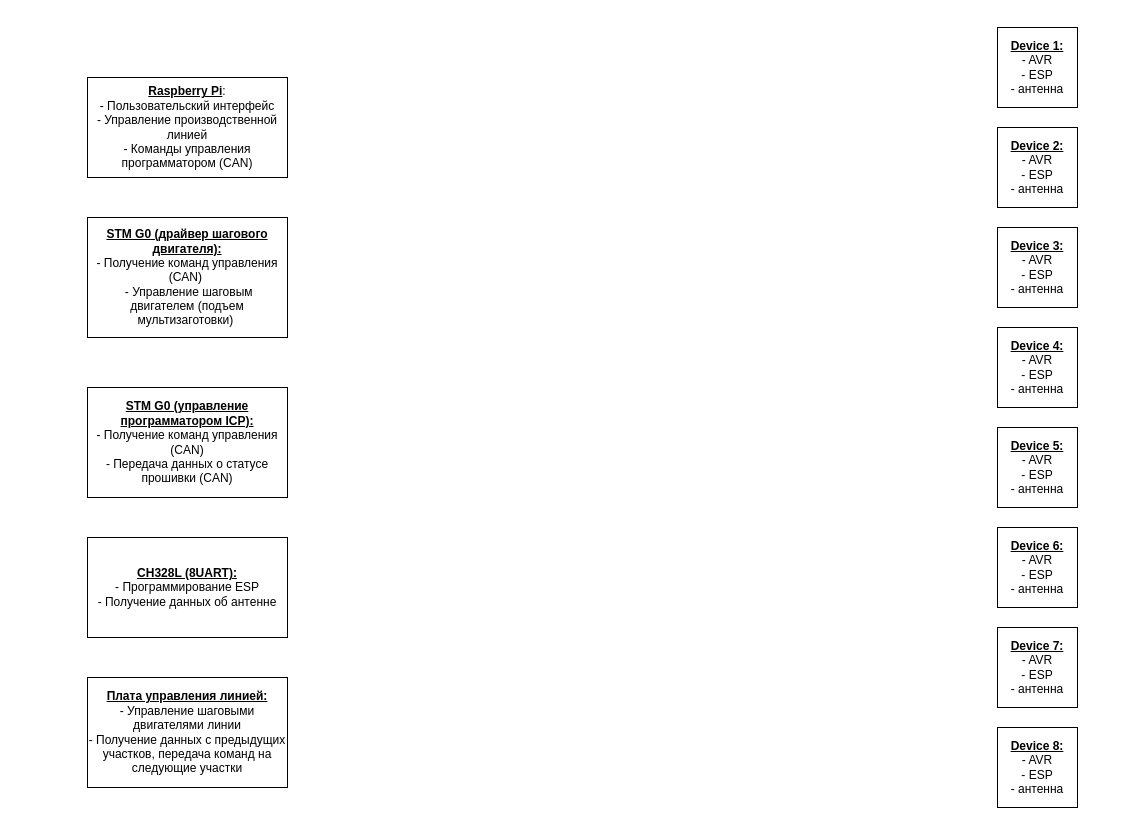
Earlier version of the draw.io diagram Device.drawio (NataliApril/xkeeper). Source tidied: cells renumbered, new cells numbered last; positions are measured from the earlier drawing's top-left corner, leaving out a move shared by most shapes. Both pictures are drawn from the tidied source at 100%, with x=0, y=0 at pixel (87, 27).
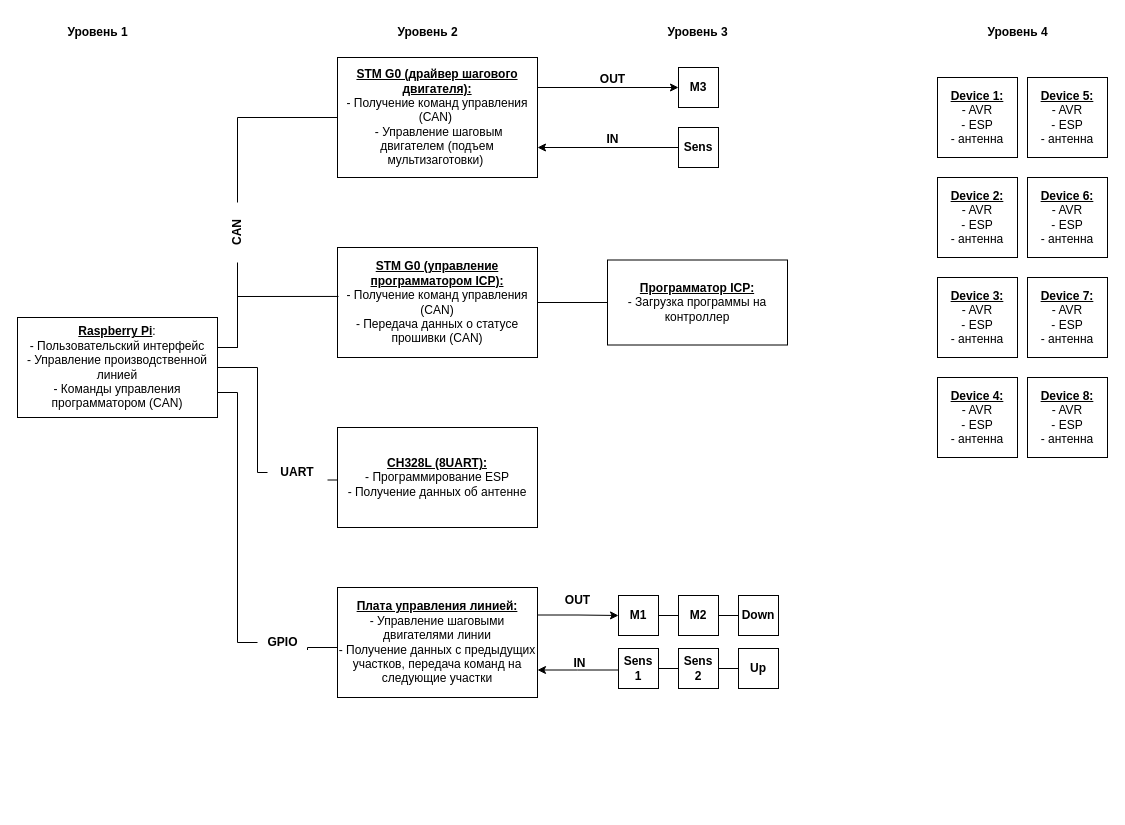
Above is the later version.

Diff of the diagram source:
```diff
@@
     <mxCell id="2" value="&lt;b&gt;&lt;u&gt;Device 1:&lt;/u&gt;&lt;/b&gt;&lt;br&gt;- AVR&lt;br&gt;- ESP&lt;br&gt;- антенна" style="whiteSpace=wrap;html=1;" parent="1" vertex="1">
-      <mxGeometry x="910" width="80" height="80" as="geometry" />
+      <mxGeometry x="850" y="50" width="80" height="80" as="geometry" />
     </mxCell>
     <mxCell id="3" value="&lt;b&gt;&lt;u&gt;Device 2:&lt;/u&gt;&lt;/b&gt;&lt;br&gt;- AVR&lt;br&gt;- ESP&lt;br&gt;- антенна" style="whiteSpace=wrap;html=1;" parent="1" vertex="1">
-      <mxGeometry x="910" y="100" width="80" height="80" as="geometry" />
+      <mxGeometry x="850" y="150" width="80" height="80" as="geometry" />
     </mxCell>
     <mxCell id="4" value="&lt;b&gt;&lt;u&gt;Device 3:&lt;/u&gt;&lt;/b&gt;&lt;br&gt;- AVR&lt;br&gt;- ESP&lt;br&gt;- антенна" style="whiteSpace=wrap;html=1;" parent="1" vertex="1">
-      <mxGeometry x="910" y="200" width="80" height="80" as="geometry" />
+      <mxGeometry x="850" y="250" width="80" height="80" as="geometry" />
     </mxCell>
     <mxCell id="5" value="&lt;b&gt;&lt;u&gt;Device 4:&lt;/u&gt;&lt;/b&gt;&lt;br&gt;- AVR&lt;br&gt;- ESP&lt;br&gt;- антенна" style="whiteSpace=wrap;html=1;" parent="1" vertex="1">
-      <mxGeometry x="910" y="300" width="80" height="80" as="geometry" />
+      <mxGeometry x="850" y="350" width="80" height="80" as="geometry" />
     </mxCell>
     <mxCell id="6" value="&lt;b&gt;&lt;u&gt;Device 5:&lt;/u&gt;&lt;/b&gt;&lt;br&gt;- AVR&lt;br&gt;- ESP&lt;br&gt;- антенна" style="whiteSpace=wrap;html=1;" parent="1" vertex="1">
-      <mxGeometry x="910" y="400" width="80" height="80" as="geometry" />
+      <mxGeometry x="940" y="50" width="80" height="80" as="geometry" />
     </mxCell>
     <mxCell id="7" value="&lt;b&gt;&lt;u&gt;Device 6:&lt;/u&gt;&lt;/b&gt;&lt;br&gt;- AVR&lt;br&gt;- ESP&lt;br&gt;- антенна" style="whiteSpace=wrap;html=1;" parent="1" vertex="1">
-      <mxGeometry x="910" y="500" width="80" height="80" as="geometry" />
+      <mxGeometry x="940" y="150" width="80" height="80" as="geometry" />
     </mxCell>
     <mxCell id="8" value="&lt;b&gt;&lt;u&gt;Device 7:&lt;/u&gt;&lt;/b&gt;&lt;br&gt;- AVR&lt;br&gt;- ESP&lt;br&gt;- антенна" style="whiteSpace=wrap;html=1;" parent="1" vertex="1">
-      <mxGeometry x="910" y="600" width="80" height="80" as="geometry" />
+      <mxGeometry x="940" y="250" width="80" height="80" as="geometry" />
     </mxCell>
     <mxCell id="9" value="&lt;b&gt;&lt;u&gt;Device 8:&lt;/u&gt;&lt;/b&gt;&lt;br&gt;- AVR&lt;br&gt;- ESP&lt;br&gt;- антенна" style="whiteSpace=wrap;html=1;" parent="1" vertex="1">
-      <mxGeometry x="910" y="700" width="80" height="80" as="geometry" />
+      <mxGeometry x="940" y="350" width="80" height="80" as="geometry" />
     </mxCell>
+    <mxCell id="15" style="edgeStyle=orthogonalEdgeStyle;rounded=0;jettySize=auto;html=1;exitX=1;exitY=0.5;exitDx=0;exitDy=0;entryX=0;entryY=0.5;entryDx=0;entryDy=0;endArrow=none;endFill=0;" parent="1" edge="1" source="24" target="11">
+      <mxGeometry relative="1" as="geometry" />
+    </mxCell>
+    <mxCell id="16" style="edgeStyle=orthogonalEdgeStyle;rounded=0;jettySize=auto;html=1;exitX=1;exitY=0.75;exitDx=0;exitDy=0;entryX=0;entryY=0.5;entryDx=0;entryDy=0;endArrow=none;endFill=0;" parent="1" edge="1" source="26" target="13">
+      <mxGeometry relative="1" as="geometry" />
+    </mxCell>
+    <mxCell id="17" style="edgeStyle=orthogonalEdgeStyle;rounded=0;jettySize=auto;html=1;exitX=1;exitY=0.75;exitDx=0;exitDy=0;entryX=0;entryY=0.5;entryDx=0;entryDy=0;endArrow=none;endFill=0;" parent="1" edge="1" source="28" target="14">
+      <mxGeometry relative="1" as="geometry">
+        <Array as="points">
+          <mxPoint x="220" y="620" />
+          <mxPoint x="250" y="620" />
+        </Array>
+      </mxGeometry>
+    </mxCell>
     <mxCell id="10" value="&lt;b&gt;&lt;u&gt;Raspberry Pi&lt;/u&gt;&lt;/b&gt;:&lt;br&gt;- Пользовательский интерфейс&lt;br&gt;- Управление производственной линией&lt;br&gt;- Команды управления программатором (CAN)" style="rounded=0;whiteSpace=wrap;html=1;" parent="1" vertex="1">
-      <mxGeometry y="50" width="200" height="100" as="geometry" />
+      <mxGeometry x="-70" y="290" width="200" height="100" as="geometry" />
     </mxCell>
+    <mxCell id="18" style="edgeStyle=orthogonalEdgeStyle;rounded=0;jettySize=auto;html=1;exitX=1;exitY=0.25;exitDx=0;exitDy=0;" parent="1" edge="1" source="11" target="46">
+      <mxGeometry relative="1" as="geometry" />
+    </mxCell>
     <mxCell id="11" value="&lt;b&gt;&lt;u&gt;STM G0 (драйвер шагового двигателя):&lt;/u&gt;&lt;/b&gt;&lt;div&gt;- Получение команд управления (CAN)&amp;nbsp;&lt;/div&gt;&lt;div&gt;&amp;nbsp;- Управление шаговым двигателем (подъем мультизаготовки)&amp;nbsp;&lt;/div&gt;" style="rounded=0;whiteSpace=wrap;html=1;" parent="1" vertex="1">
-      <mxGeometry y="190" width="200" height="120" as="geometry" />
+      <mxGeometry x="250" y="30" width="200" height="120" as="geometry" />
     </mxCell>
+    <mxCell id="19" style="edgeStyle=orthogonalEdgeStyle;rounded=0;jettySize=auto;html=1;exitX=1;exitY=0.5;exitDx=0;exitDy=0;entryX=0;entryY=0.5;entryDx=0;entryDy=0;endArrow=none;endFill=0;" parent="1" edge="1" source="12" target="29">
+      <mxGeometry relative="1" as="geometry" />
+    </mxCell>
     <mxCell id="12" value="&lt;b&gt;&lt;u&gt;STM G0 (управление программатором ICP):&lt;/u&gt;&lt;/b&gt;&lt;div&gt;- Получение команд управления (CAN)&lt;/div&gt;&lt;div&gt;- Передача данных о статусе прошивки (CAN)&lt;/div&gt;" style="rounded=0;whiteSpace=wrap;html=1;" parent="1" vertex="1">
-      <mxGeometry y="360" width="200" height="110" as="geometry" />
+      <mxGeometry x="250" y="220" width="200" height="110" as="geometry" />
     </mxCell>
     <mxCell id="13" value="&lt;b&gt;&lt;u&gt;CH328L (8UART):&lt;/u&gt;&lt;/b&gt;&lt;div&gt;- Программирование ESP&lt;br&gt;- Получение данных об антенне&lt;/div&gt;" style="rounded=0;whiteSpace=wrap;html=1;" parent="1" vertex="1">
-      <mxGeometry y="510" width="200" height="100" as="geometry" />
+      <mxGeometry x="250" y="400" width="200" height="100" as="geometry" />
     </mxCell>
+    <mxCell id="20" style="edgeStyle=orthogonalEdgeStyle;rounded=0;jettySize=auto;html=1;exitX=1;exitY=0.75;exitDx=0;exitDy=0;endArrow=none;endFill=0;startArrow=classic;startFill=1;" parent="1" edge="1" source="14" target="35">
+      <mxGeometry relative="1" as="geometry">
+        <Array as="points">
+          <mxPoint x="490" y="643" />
+          <mxPoint x="490" y="643" />
+        </Array>
+      </mxGeometry>
+    </mxCell>
+    <mxCell id="21" style="edgeStyle=orthogonalEdgeStyle;rounded=0;jettySize=auto;html=1;exitX=1;exitY=0.25;exitDx=0;exitDy=0;" parent="1" edge="1" source="14" target="31">
+      <mxGeometry relative="1" as="geometry" />
+    </mxCell>
     <mxCell id="14" value="&lt;b&gt;&lt;u&gt;Плата управления линией:&lt;/u&gt;&lt;/b&gt;&lt;div&gt;- Управление шаговыми двигателями линии&lt;br&gt;- Получение данных с предыдущих участков, передача команд на следующие участки&lt;/div&gt;" style="rounded=0;whiteSpace=wrap;html=1;" parent="1" vertex="1">
-      <mxGeometry y="650" width="200" height="110" as="geometry" />
+      <mxGeometry x="250" y="560" width="200" height="110" as="geometry" />
     </mxCell>
+    <mxCell id="22" style="edgeStyle=orthogonalEdgeStyle;rounded=0;jettySize=auto;html=1;exitX=1;exitY=0.25;exitDx=0;exitDy=0;entryX=0.005;entryY=0.445;entryDx=0;entryDy=0;entryPerimeter=0;endArrow=none;endFill=0;" parent="1" edge="1" source="10" target="12">
+      <mxGeometry relative="1" as="geometry">
+        <Array as="points">
+          <mxPoint x="130" y="320" />
+          <mxPoint x="150" y="320" />
+          <mxPoint x="150" y="269" />
+        </Array>
+      </mxGeometry>
+    </mxCell>
+    <mxCell id="23" style="edgeStyle=orthogonalEdgeStyle;rounded=0;jettySize=auto;html=1;exitX=1;exitY=0.25;exitDx=0;exitDy=0;entryX=0;entryY=0.5;entryDx=0;entryDy=0;endArrow=none;endFill=0;" parent="1" edge="1" source="10" target="24">
+      <mxGeometry relative="1" as="geometry">
+        <Array as="points">
+          <mxPoint x="130" y="320" />
+          <mxPoint x="150" y="320" />
+          <mxPoint x="150" y="235" />
+        </Array>
+      </mxGeometry>
+    </mxCell>
+    <mxCell id="24" value="&lt;b&gt;CAN&lt;/b&gt;" style="text;html=1;align=center;verticalAlign=middle;whiteSpace=wrap;rounded=0;rotation=-90;" parent="1" vertex="1">
+      <mxGeometry x="120" y="190" width="60" height="30" as="geometry" />
+    </mxCell>
+    <mxCell id="25" style="edgeStyle=orthogonalEdgeStyle;rounded=0;jettySize=auto;html=1;exitX=1;exitY=0.5;exitDx=0;exitDy=0;entryX=0;entryY=0.5;entryDx=0;entryDy=0;endArrow=none;endFill=0;" parent="1" edge="1" source="10" target="26">
+      <mxGeometry relative="1" as="geometry">
+        <Array as="points">
+          <mxPoint x="170" y="340" />
+        </Array>
+      </mxGeometry>
+    </mxCell>
+    <mxCell id="26" value="&lt;b&gt;UART&lt;/b&gt;" style="text;html=1;align=center;verticalAlign=middle;whiteSpace=wrap;rounded=0;rotation=0;" parent="1" vertex="1">
+      <mxGeometry x="180" y="430" width="60" height="30" as="geometry" />
+    </mxCell>
+    <mxCell id="27" style="edgeStyle=orthogonalEdgeStyle;rounded=0;jettySize=auto;html=1;exitX=1;exitY=0.75;exitDx=0;exitDy=0;entryX=0;entryY=0.5;entryDx=0;entryDy=0;endArrow=none;endFill=0;" parent="1" edge="1" source="10" target="28">
+      <mxGeometry relative="1" as="geometry" />
+    </mxCell>
+    <mxCell id="28" value="&lt;b&gt;GPIO&lt;/b&gt;" style="text;html=1;align=center;verticalAlign=middle;points=[];strokeColor=none;fillColor=none;rotation=0;" parent="1" vertex="1">
+      <mxGeometry x="170" y="600" width="50" height="30" as="geometry" />
+    </mxCell>
+    <mxCell id="29" value="&lt;b style=&quot;text-decoration-line: underline;&quot;&gt;Программатор ICP:&lt;/b&gt;&lt;br&gt;- Загрузка программы на контроллер" style="rounded=0;whiteSpace=wrap;html=1;" parent="1" vertex="1">
+      <mxGeometry x="520" y="232.5" width="180" height="85" as="geometry" />
+    </mxCell>
+    <mxCell id="30" style="edgeStyle=orthogonalEdgeStyle;rounded=0;jettySize=auto;html=1;exitX=1;exitY=0.5;exitDx=0;exitDy=0;entryX=0;entryY=0.5;entryDx=0;entryDy=0;endArrow=none;endFill=0;" parent="1" edge="1" source="31" target="33">
+      <mxGeometry relative="1" as="geometry" />
+    </mxCell>
+    <mxCell id="31" value="&lt;b&gt;M1&lt;/b&gt;" style="whiteSpace=wrap;html=1;" parent="1" vertex="1">
+      <mxGeometry x="531" y="568" width="40" height="40" as="geometry" />
+    </mxCell>
+    <mxCell id="32" style="edgeStyle=orthogonalEdgeStyle;rounded=0;jettySize=auto;html=1;exitX=1;exitY=0.5;exitDx=0;exitDy=0;entryX=0;entryY=0.5;entryDx=0;entryDy=0;endArrow=none;endFill=0;" parent="1" edge="1" source="33" target="39">
+      <mxGeometry relative="1" as="geometry" />
+    </mxCell>
+    <mxCell id="33" value="&lt;b&gt;M2&lt;/b&gt;" style="whiteSpace=wrap;html=1;" parent="1" vertex="1">
+      <mxGeometry x="591" y="568" width="40" height="40" as="geometry" />
+    </mxCell>
+    <mxCell id="34" style="edgeStyle=orthogonalEdgeStyle;rounded=0;jettySize=auto;html=1;exitX=1;exitY=0.5;exitDx=0;exitDy=0;entryX=0;entryY=0.5;entryDx=0;entryDy=0;endArrow=none;endFill=0;" parent="1" edge="1" source="35" target="37">
+      <mxGeometry relative="1" as="geometry" />
+    </mxCell>
+    <mxCell id="35" value="&lt;b&gt;Sens 1&lt;/b&gt;" style="whiteSpace=wrap;html=1;" parent="1" vertex="1">
+      <mxGeometry x="531" y="621" width="40" height="40" as="geometry" />
+    </mxCell>
+    <mxCell id="36" style="edgeStyle=orthogonalEdgeStyle;rounded=0;jettySize=auto;html=1;exitX=1;exitY=0.5;exitDx=0;exitDy=0;entryX=0;entryY=0.5;entryDx=0;entryDy=0;endArrow=none;endFill=0;" parent="1" edge="1" source="37" target="38">
+      <mxGeometry relative="1" as="geometry" />
+    </mxCell>
+    <mxCell id="37" value="&lt;b&gt;Sens 2&lt;/b&gt;" style="whiteSpace=wrap;html=1;" parent="1" vertex="1">
+      <mxGeometry x="591" y="621" width="40" height="40" as="geometry" />
+    </mxCell>
+    <mxCell id="38" value="&lt;b&gt;Up&lt;/b&gt;" style="whiteSpace=wrap;html=1;" parent="1" vertex="1">
+      <mxGeometry x="651" y="621" width="40" height="40" as="geometry" />
+    </mxCell>
+    <mxCell id="39" value="&lt;b&gt;Down&lt;/b&gt;" style="whiteSpace=wrap;html=1;" parent="1" vertex="1">
+      <mxGeometry x="651" y="568" width="40" height="40" as="geometry" />
+    </mxCell>
+    <mxCell id="40" value="&lt;b&gt;OUT&lt;/b&gt;" style="text;html=1;align=center;verticalAlign=middle;strokeColor=none;fillColor=none;" parent="1" vertex="1">
+      <mxGeometry x="465" y="558" width="50" height="30" as="geometry" />
+    </mxCell>
+    <mxCell id="41" value="&lt;b&gt;IN&lt;/b&gt;" style="text;html=1;align=center;verticalAlign=middle;strokeColor=none;fillColor=none;" parent="1" vertex="1">
+      <mxGeometry x="472" y="621" width="40" height="30" as="geometry" />
+    </mxCell>
+    <mxCell id="42" value="&lt;b&gt;Уровень 1&lt;/b&gt;" style="text;html=1;align=center;verticalAlign=middle;strokeColor=none;fillColor=none;" parent="1" vertex="1">
+      <mxGeometry x="-30" y="-10" width="80" height="30" as="geometry" />
+    </mxCell>
+    <mxCell id="43" value="&lt;b&gt;Уровень 2&lt;/b&gt;" style="text;html=1;align=center;verticalAlign=middle;strokeColor=none;fillColor=none;" parent="1" vertex="1">
+      <mxGeometry x="300" y="-10" width="80" height="30" as="geometry" />
+    </mxCell>
+    <mxCell id="44" value="&lt;b&gt;Уровень 3&lt;/b&gt;" style="text;html=1;align=center;verticalAlign=middle;strokeColor=none;fillColor=none;" parent="1" vertex="1">
+      <mxGeometry x="570" y="-10" width="80" height="30" as="geometry" />
+    </mxCell>
+    <mxCell id="45" value="&lt;b&gt;Уровень 4&lt;/b&gt;" style="text;html=1;align=center;verticalAlign=middle;strokeColor=none;fillColor=none;" parent="1" vertex="1">
+      <mxGeometry x="890" y="-10" width="80" height="30" as="geometry" />
+    </mxCell>
+    <mxCell id="46" value="&lt;b&gt;M3&lt;/b&gt;" style="whiteSpace=wrap;html=1;" parent="1" vertex="1">
+      <mxGeometry x="591" y="40" width="40" height="40" as="geometry" />
+    </mxCell>
+    <mxCell id="47" style="edgeStyle=orthogonalEdgeStyle;rounded=0;jettySize=auto;html=1;exitX=0;exitY=0.5;exitDx=0;exitDy=0;entryX=1;entryY=0.75;entryDx=0;entryDy=0;" parent="1" edge="1" source="48" target="11">
+      <mxGeometry relative="1" as="geometry" />
+    </mxCell>
+    <mxCell id="48" value="&lt;b&gt;Sens&lt;/b&gt;" style="whiteSpace=wrap;html=1;" parent="1" vertex="1">
+      <mxGeometry x="591" y="100" width="40" height="40" as="geometry" />
+    </mxCell>
+    <mxCell id="49" value="&lt;b&gt;OUT&lt;/b&gt;" style="text;html=1;align=center;verticalAlign=middle;strokeColor=none;fillColor=none;" parent="1" vertex="1">
+      <mxGeometry x="500" y="37" width="50" height="30" as="geometry" />
+    </mxCell>
+    <mxCell id="50" value="&lt;b&gt;IN&lt;/b&gt;" style="text;html=1;align=center;verticalAlign=middle;strokeColor=none;fillColor=none;" parent="1" vertex="1">
+      <mxGeometry x="505" y="97" width="40" height="30" as="geometry" />
+    </mxCell>
```
